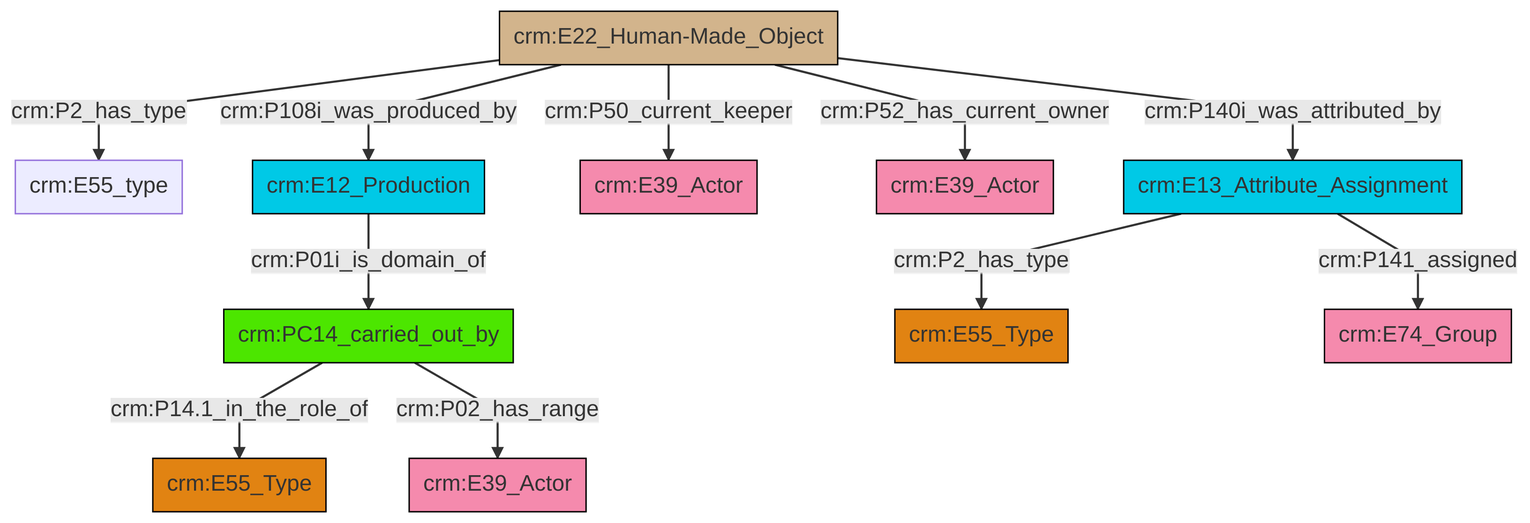
Earlier version of the Mermaid export et/artworkCSV/ttl/mmd/png/Artwork_Actor_Relations.png (swiss-art-research-net/docs.swissartresearch). Its source is kept beside it as et/artworkCSV/ttl/mmd/Artwork_Actor_Relations.ttl.mmd.
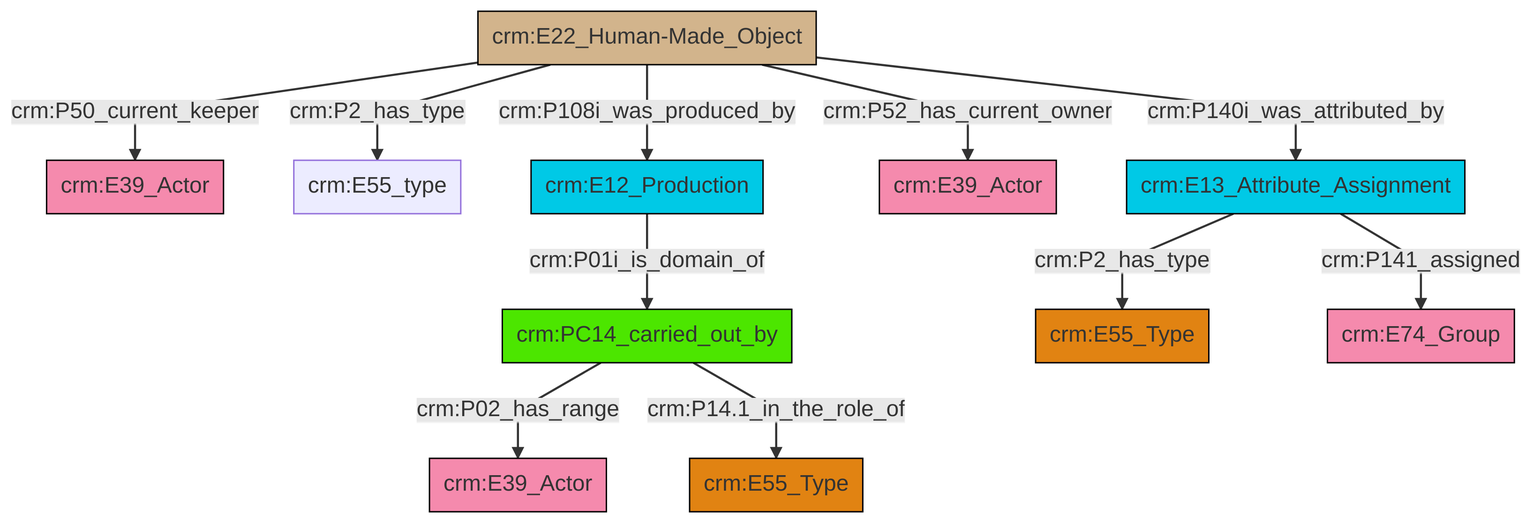
The same file after the commit.

The edit, as a diff of the source:
```diff
@@ -13,13 +13,13 @@
 classDef PC_Classes fill:#4ce600, stroke:#000000;
 classDef Multi fill:#cccccc,stroke:#000000;
 
-2["crm:E22_Human-Made_Object"]:::Physical_Thing -->|crm:P2_has_type| 3["crm:E55_type"]:::Default
-4["crm:E13_Attribute_Assignment"]:::Temporal_Entity -->|crm:P2_has_type| 5["crm:E55_Type"]:::Type
-2["crm:E22_Human-Made_Object"]:::Physical_Thing -->|crm:P108i_was_produced_by| 7["crm:E12_Production"]:::Temporal_Entity
-8["crm:PC14_carried_out_by"]:::PC_Classes -->|crm:P14.1_in_the_role_of| 9["crm:E55_Type"]:::Type
-2["crm:E22_Human-Made_Object"]:::Physical_Thing -->|crm:P50_current_keeper| 10["crm:E39_Actor"]:::Actor
-2["crm:E22_Human-Made_Object"]:::Physical_Thing -->|crm:P52_has_current_owner| 0["crm:E39_Actor"]:::Actor
-8["crm:PC14_carried_out_by"]:::PC_Classes -->|crm:P02_has_range| 15["crm:E39_Actor"]:::Actor
-4["crm:E13_Attribute_Assignment"]:::Temporal_Entity -->|crm:P141_assigned| 18["crm:E74_Group"]:::Actor
-2["crm:E22_Human-Made_Object"]:::Physical_Thing -->|crm:P140i_was_attributed_by| 4["crm:E13_Attribute_Assignment"]:::Temporal_Entity
-7["crm:E12_Production"]:::Temporal_Entity -->|crm:P01i_is_domain_of| 8["crm:PC14_carried_out_by"]:::PC_Classes
+0["crm:E22_Human-Made_Object"]:::Physical_Thing -->|crm:P50_current_keeper| 1["crm:E39_Actor"]:::Actor
+0["crm:E22_Human-Made_Object"]:::Physical_Thing -->|crm:P2_has_type| 2["crm:E55_type"]:::Default
+6["crm:PC14_carried_out_by"]:::PC_Classes -->|crm:P02_has_range| 7["crm:E39_Actor"]:::Actor
+6["crm:PC14_carried_out_by"]:::PC_Classes -->|crm:P14.1_in_the_role_of| 13["crm:E55_Type"]:::Type
+0["crm:E22_Human-Made_Object"]:::Physical_Thing -->|crm:P140i_was_attributed_by| 4["crm:E13_Attribute_Assignment"]:::Temporal_Entity
+4["crm:E13_Attribute_Assignment"]:::Temporal_Entity -->|crm:P2_has_type| 9["crm:E55_Type"]:::Type
+16["crm:E12_Production"]:::Temporal_Entity -->|crm:P01i_is_domain_of| 6["crm:PC14_carried_out_by"]:::PC_Classes
+0["crm:E22_Human-Made_Object"]:::Physical_Thing -->|crm:P52_has_current_owner| 11["crm:E39_Actor"]:::Actor
+0["crm:E22_Human-Made_Object"]:::Physical_Thing -->|crm:P108i_was_produced_by| 16["crm:E12_Production"]:::Temporal_Entity
+4["crm:E13_Attribute_Assignment"]:::Temporal_Entity -->|crm:P141_assigned| 19["crm:E74_Group"]:::Actor
```
